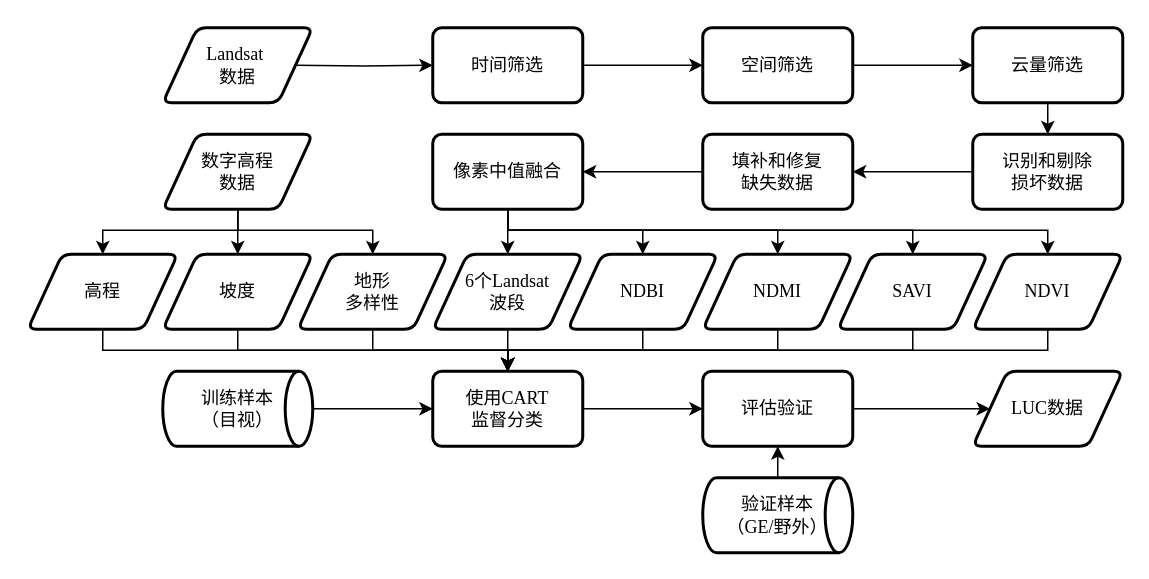
Earlier version of the draw.io diagram LCmake.drawio (THRILLERLEMON/Draw.IO). Source tidied: cells renumbered, new cells numbered last; positions are measured from the earlier drawing's top-left corner, leaving out a move shared by most shapes. Both pictures are drawn from the tidied source at 150%, with x=0, y=0 at pixel (27, 27).
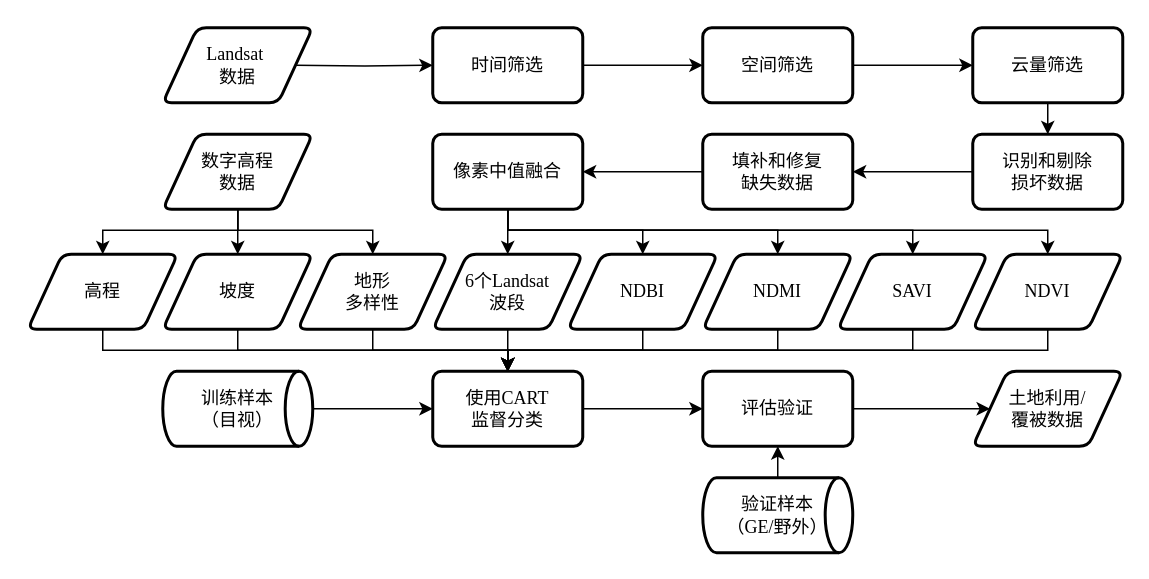
The same page after the edit.

Change to the diagram source:
```diff
@@
-    <mxCell id="47" value="LUC数据" style="shape=parallelogram;html=1;strokeWidth=2;perimeter=parallelogramPerimeter;whiteSpace=wrap;rounded=1;arcSize=12;size=0.23;fontFamily=Times New Roman;fontSize=12;" parent="1" vertex="1">
+    <mxCell id="47" value="土地利用/&lt;br&gt;覆被数据" style="shape=parallelogram;html=1;strokeWidth=2;perimeter=parallelogramPerimeter;whiteSpace=wrap;rounded=1;arcSize=12;size=0.23;fontFamily=Times New Roman;fontSize=12;" parent="1" vertex="1">
       <mxGeometry x="630" y="229" width="100" height="50" as="geometry" />
     </mxCell>
```
